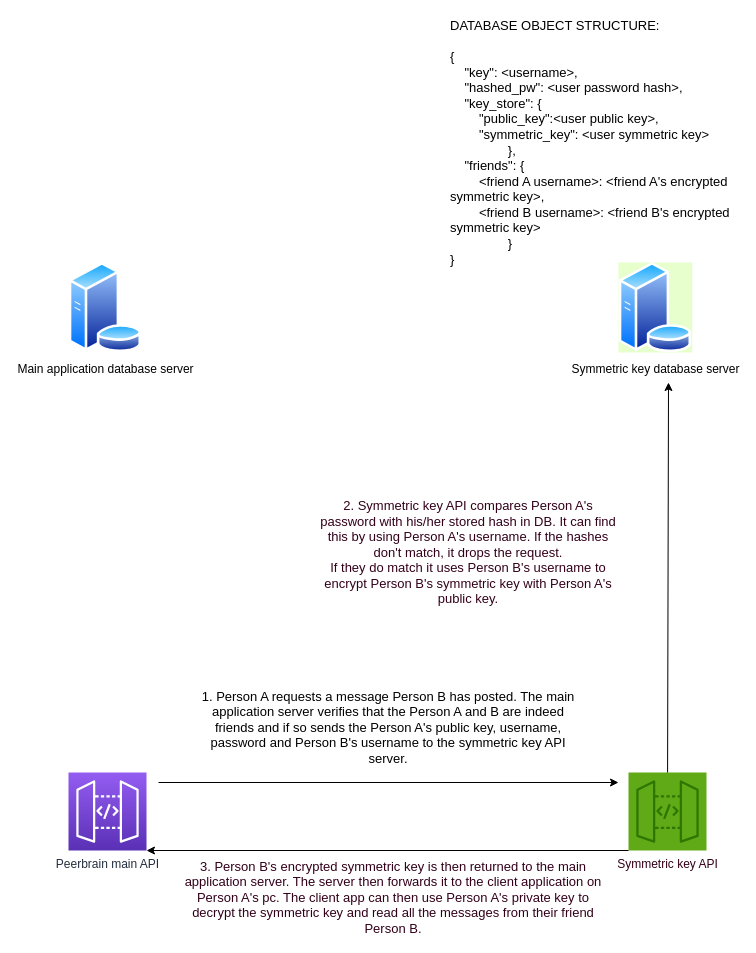
Earlier version of the draw.io diagram Symmetric Key sharing system.drawio (shandralor/PeerBrain). Source tidied: cells renumbered, new cells numbered last; positions are measured from the earlier drawing's top-left corner, leaving out a move shared by most shapes. Both pictures are drawn from the tidied source at 100%, with x=0, y=0 at pixel (68, 82).
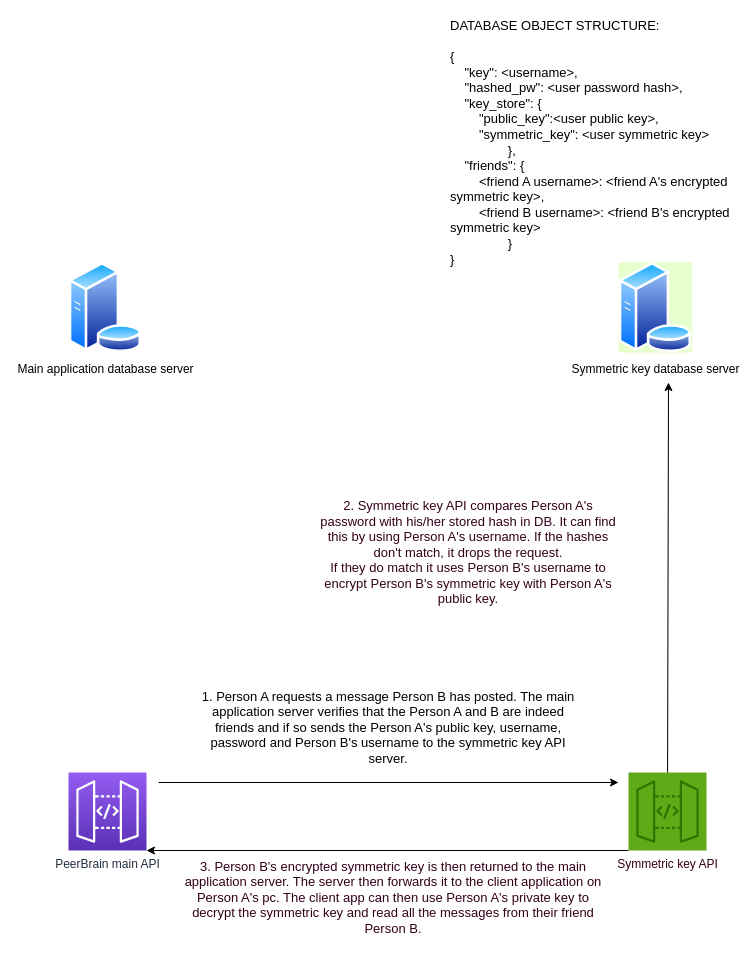
The same page after the edit.

What changed in the source:
```diff
@@
 <mxGraphModel>
   <root>
     <mxCell id="0" />
     <mxCell id="1" parent="0" />
     <mxCell id="2" value="Main application database server" style="perimeter=ellipsePerimeter;html=1;align=center;shadow=0;dashed=0;spacingTop=3;image;image=img/lib/active_directory/database_server.svg;" parent="1" vertex="1">
       <mxGeometry y="180" width="73.8" height="90" as="geometry" />
     </mxCell>
     <mxCell id="3" value="Symmetric key database server" style="perimeter=ellipsePerimeter;html=1;align=center;shadow=0;dashed=0;spacingTop=3;image;image=img/lib/active_directory/database_server.svg;imageBackground=#E6FFCC;" parent="1" vertex="1">
       <mxGeometry x="550" y="180" width="73.8" height="90" as="geometry" />
     </mxCell>
-    <mxCell id="4" value="Peerbrain main API" style="sketch=0;points=[[0,0,0],[0.25,0,0],[0.5,0,0],[0.75,0,0],[1,0,0],[0,1,0],[0.25,1,0],[0.5,1,0],[0.75,1,0],[1,1,0],[0,0.25,0],[0,0.5,0],[0,0.75,0],[1,0.25,0],[1,0.5,0],[1,0.75,0]];outlineConnect=0;fontColor=#232F3E;gradientColor=#945DF2;gradientDirection=north;fillColor=#5A30B5;strokeColor=#ffffff;dashed=0;verticalLabelPosition=bottom;verticalAlign=top;align=center;html=1;fontSize=12;fontStyle=0;shape=mxgraph.aws4.resourceIcon;resIcon=mxgraph.aws4.api_gateway;" parent="1" vertex="1">
+    <mxCell id="4" value="PeerBrain main API" style="sketch=0;points=[[0,0,0],[0.25,0,0],[0.5,0,0],[0.75,0,0],[1,0,0],[0,1,0],[0.25,1,0],[0.5,1,0],[0.75,1,0],[1,1,0],[0,0.25,0],[0,0.5,0],[0,0.75,0],[1,0.25,0],[1,0.5,0],[1,0.75,0]];outlineConnect=0;fontColor=#232F3E;gradientColor=#945DF2;gradientDirection=north;fillColor=#5A30B5;strokeColor=#ffffff;dashed=0;verticalLabelPosition=bottom;verticalAlign=top;align=center;html=1;fontSize=12;fontStyle=0;shape=mxgraph.aws4.resourceIcon;resIcon=mxgraph.aws4.api_gateway;" parent="1" vertex="1">
       <mxGeometry y="690" width="78" height="78" as="geometry" />
     </mxCell>
     <mxCell id="5" value="Symmetric key API" style="sketch=0;points=[[0,0,0],[0.25,0,0],[0.5,0,0],[0.75,0,0],[1,0,0],[0,1,0],[0.25,1,0],[0.5,1,0],[0.75,1,0],[1,1,0],[0,0.25,0],[0,0.5,0],[0,0.75,0],[1,0.25,0],[1,0.5,0],[1,0.75,0]];outlineConnect=0;gradientDirection=north;fillColor=#60a917;strokeColor=#2D7600;dashed=0;verticalLabelPosition=bottom;verticalAlign=top;align=center;html=1;fontSize=12;fontStyle=0;shape=mxgraph.aws4.resourceIcon;resIcon=mxgraph.aws4.api_gateway;fontColor=#33001A;" parent="1" vertex="1">
       <mxGeometry x="560" y="690" width="78" height="78" as="geometry" />
     </mxCell>
     <mxCell id="6" value="&lt;div align=&quot;left&quot;&gt;&lt;font style=&quot;font-size: 13px;&quot;&gt;DATABASE OBJECT STRUCTURE:&lt;/font&gt;&lt;/div&gt;&lt;div align=&quot;left&quot;&gt;&lt;font style=&quot;font-size: 13px;&quot;&gt;&lt;br&gt;&lt;/font&gt;&lt;/div&gt;&lt;div align=&quot;left&quot;&gt;&lt;font style=&quot;font-size: 13px;&quot;&gt;{&lt;/font&gt;&lt;br&gt;&lt;font style=&quot;font-size: 13px;&quot;&gt;&amp;nbsp;&amp;nbsp; &amp;nbsp;&quot;key&quot;: &amp;lt;username&amp;gt;,&lt;/font&gt;&lt;br&gt;&lt;font style=&quot;font-size: 13px;&quot;&gt;&amp;nbsp;&amp;nbsp; &amp;nbsp;&quot;hashed_pw&quot;: &amp;lt;user password hash&amp;gt;,&lt;/font&gt;&lt;br&gt;&lt;font style=&quot;font-size: 13px;&quot;&gt;&amp;nbsp;&amp;nbsp; &amp;nbsp;&quot;key_store&quot;: {&lt;/font&gt;&lt;br&gt;&lt;font style=&quot;font-size: 13px;&quot;&gt;&amp;nbsp;&amp;nbsp; &amp;nbsp;&amp;nbsp;&amp;nbsp; &amp;nbsp;&quot;public_key&quot;:&amp;lt;user public key&amp;gt;,&lt;/font&gt;&lt;br&gt;&lt;font style=&quot;font-size: 13px;&quot;&gt;&amp;nbsp;&amp;nbsp; &amp;nbsp;&amp;nbsp;&amp;nbsp; &amp;nbsp;&quot;symmetric_key&quot;: &amp;lt;user symmetric key&amp;gt;&lt;/font&gt;&lt;br&gt;&lt;font style=&quot;font-size: 13px;&quot;&gt;&amp;nbsp;&amp;nbsp; &amp;nbsp;&amp;nbsp;&amp;nbsp; &amp;nbsp;&amp;nbsp;&amp;nbsp; &amp;nbsp;&amp;nbsp;&amp;nbsp; &amp;nbsp;},&lt;/font&gt;&lt;br&gt;&lt;font style=&quot;font-size: 13px;&quot;&gt;&amp;nbsp;&amp;nbsp; &amp;nbsp;&quot;friends&quot;: {&lt;/font&gt;&lt;br&gt;&lt;font style=&quot;font-size: 13px;&quot;&gt;&amp;nbsp;&amp;nbsp; &amp;nbsp;&amp;nbsp;&amp;nbsp; &amp;nbsp;&amp;lt;friend A username&amp;gt;: &amp;lt;friend A's encrypted symmetric key&amp;gt;,&lt;/font&gt;&lt;br&gt;&lt;font style=&quot;font-size: 13px;&quot;&gt;&amp;nbsp;&amp;nbsp; &amp;nbsp;&amp;nbsp;&amp;nbsp; &amp;nbsp;&amp;lt;friend B username&amp;gt;: &amp;lt;friend B's encrypted symmetric key&amp;gt;&lt;/font&gt;&lt;br&gt;&lt;font style=&quot;font-size: 13px;&quot;&gt;&amp;nbsp;&amp;nbsp; &amp;nbsp;&amp;nbsp;&amp;nbsp; &amp;nbsp;&amp;nbsp;&amp;nbsp; &amp;nbsp;&amp;nbsp;&amp;nbsp; &amp;nbsp;}&lt;/font&gt;&lt;br&gt;&lt;font style=&quot;font-size: 13px;&quot;&gt;}&lt;/font&gt;&lt;/div&gt;" style="text;html=1;strokeColor=none;fillColor=none;align=left;verticalAlign=middle;whiteSpace=wrap;rounded=0;" parent="1" vertex="1">
       <mxGeometry x="380" width="290" height="120" as="geometry" />
     </mxCell>
     <mxCell id="7" style="endArrow=classic;html=1;rounded=0;" parent="1" edge="1">
       <mxGeometry relative="1" as="geometry">
         <mxPoint x="90" y="700" as="sourcePoint" />
         <mxPoint x="550" y="700" as="targetPoint" />
       </mxGeometry>
     </mxCell>
     <mxCell id="8" value="&lt;font style=&quot;font-size: 13px;&quot;&gt;1. Person A requests a message Person B has posted. The main application server verifies that the Person A and B are indeed friends and if so sends the Person A's public key, username, password and Person B's username to the symmetric key API server. &lt;/font&gt;" style="text;html=1;strokeColor=none;fillColor=none;align=center;verticalAlign=middle;whiteSpace=wrap;rounded=0;" parent="1" vertex="1">
       <mxGeometry x="130" y="620" width="380" height="50" as="geometry" />
     </mxCell>
     <mxCell id="9" style="endArrow=classic;html=1;rounded=0;fontColor=#33001A;" parent="1" edge="1" source="5">
       <mxGeometry relative="1" as="geometry">
         <mxPoint x="600" y="300" as="targetPoint" />
       </mxGeometry>
     </mxCell>
     <mxCell id="10" value="&lt;font style=&quot;font-size: 13px;&quot;&gt;2. Symmetric key API compares Person A's password with his/her stored hash in DB. It can find this by using Person A's username. If the hashes don't match, it drops the request. &lt;br&gt;If they do match it uses Person B's username to encrypt Person B's symmetric key with Person A's public key. &lt;/font&gt;" style="text;html=1;strokeColor=none;fillColor=none;align=center;verticalAlign=middle;whiteSpace=wrap;rounded=0;fontColor=#33001A;" parent="1" vertex="1">
       <mxGeometry x="250" y="420" width="300" height="100" as="geometry" />
     </mxCell>
     <mxCell id="11" style="endArrow=classic;html=1;rounded=0;fontColor=#33001A;exitX=0;exitY=1;exitDx=0;exitDy=0;exitPerimeter=0;entryX=1;entryY=1;entryDx=0;entryDy=0;entryPerimeter=0;" parent="1" edge="1" source="5" target="4">
       <mxGeometry relative="1" as="geometry" />
     </mxCell>
     <mxCell id="12" value="&lt;font style=&quot;font-size: 13px;&quot;&gt;3. Person B's encrypted symmetric key is then returned to the main application server. The server then forwards it to the client application on Person A's pc. The client app can then use Person A's private key to decrypt the symmetric key and read all the messages from their friend Person B.&lt;/font&gt;" style="text;html=1;strokeColor=none;fillColor=none;align=center;verticalAlign=middle;whiteSpace=wrap;rounded=0;fontColor=#33001A;" parent="1" vertex="1">
       <mxGeometry x="110" y="800" width="430" height="30" as="geometry" />
     </mxCell>
   </root>
 </mxGraphModel>
```
